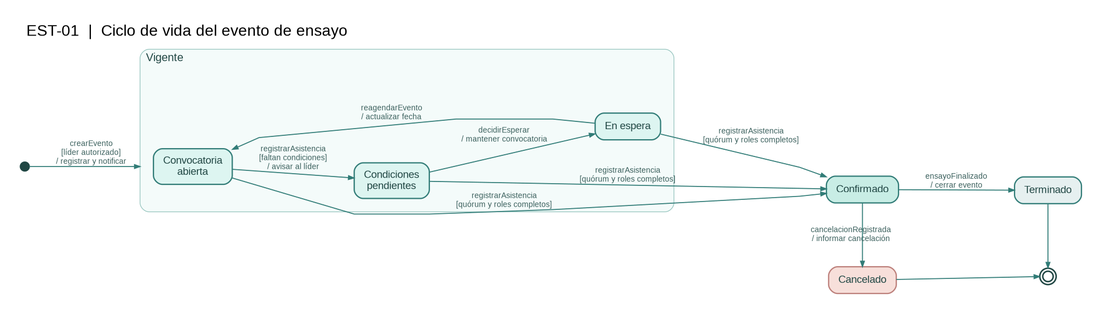
Before: diagramas/est-01.png, a diagram exported from PlantUML (Ayiness/KarismaSync). Its source is kept beside it as diagramas/est-01.puml.
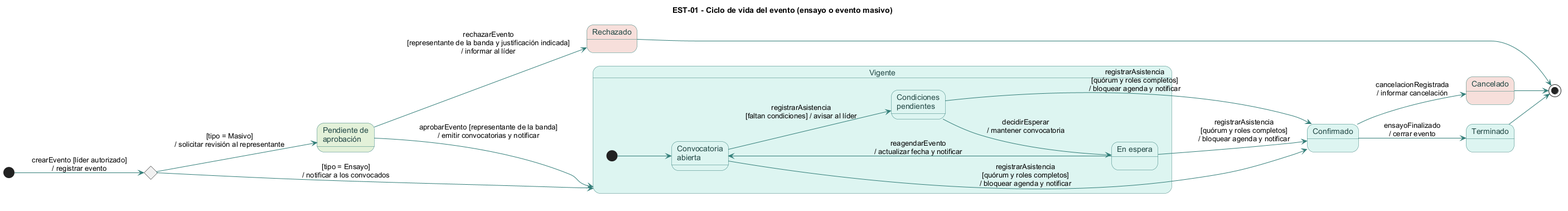
The same file after the commit.

Change to the diagram source:
```diff
@@ -1,5 +1,5 @@
 @startuml
-title EST-01 - Ciclo de vida del evento de ensayo
+title EST-01 - Ciclo de vida del evento (ensayo o evento masivo)
 left to right direction
 skinparam backgroundColor white
 skinparam shadowing false
@@ -13,6 +13,10 @@
   FontSize 14
   RoundCorner 14
 }
+
+state tipoEvento <<choice>>
+state "Pendiente de\naprobación" as PendienteAprobacion #E2F0D9
+state "Rechazado" as Rechazado #F7DFDA
 
 state "Vigente" as Vigente {
   state "Convocatoria\nabierta" as Abierta
@@ -29,7 +33,11 @@
 state "Terminado" as Terminado
 state "Cancelado" as Cancelado #F7DFDA
 
-[*] --> Vigente : crearEvento [líder autorizado]\n/ registrar y notificar
+[*] --> tipoEvento : crearEvento [líder autorizado]\n/ registrar evento
+tipoEvento --> Vigente : [tipo = Ensayo]\n/ notificar a los convocados
+tipoEvento --> PendienteAprobacion : [tipo = Masivo]\n/ solicitar revisión al representante
+PendienteAprobacion --> Vigente : aprobarEvento [representante de la banda]\n/ emitir convocatorias y notificar
+PendienteAprobacion --> Rechazado : rechazarEvento\n[representante de la banda y justificación indicada]\n/ informar al líder
 Abierta --> Confirmado : registrarAsistencia\n[quórum y roles completos]\n/ bloquear agenda y notificar
 Pendientes --> Confirmado : registrarAsistencia\n[quórum y roles completos]\n/ bloquear agenda y notificar
 Espera --> Confirmado : registrarAsistencia\n[quórum y roles completos]\n/ bloquear agenda y notificar
@@ -37,4 +45,5 @@
 Confirmado --> Cancelado : cancelacionRegistrada\n/ informar cancelación
 Terminado --> [*]
 Cancelado --> [*]
+Rechazado --> [*]
 @enduml
```
